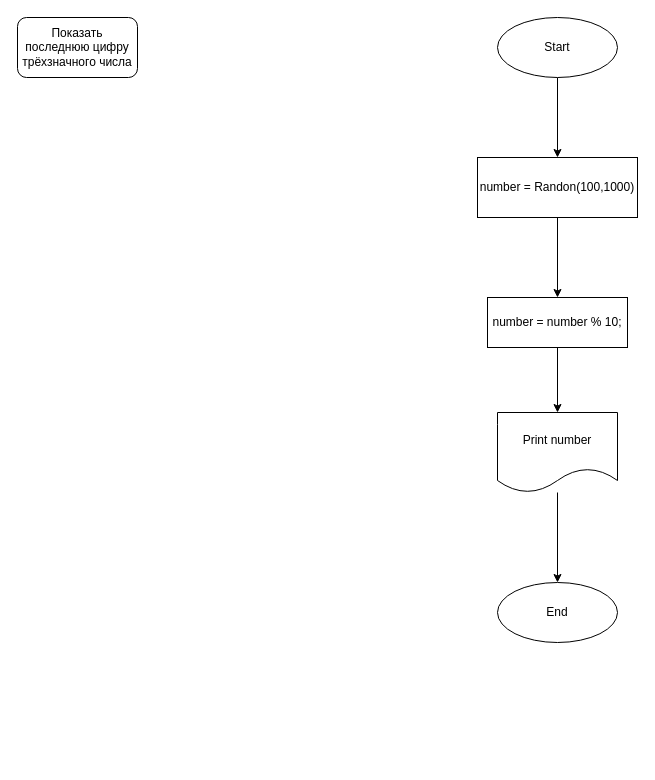
Before: Task9ShowLastNumber/flowchart.drawio in Fostix/LoLTasks, a draw.io diagram. Source tidied: cells renumbered, new cells numbered last; positions are measured from the earlier drawing's top-left corner, leaving out a move shared by most shapes. Both pictures are drawn from the tidied source at 100%, with x=0, y=0 at pixel (17, 17).
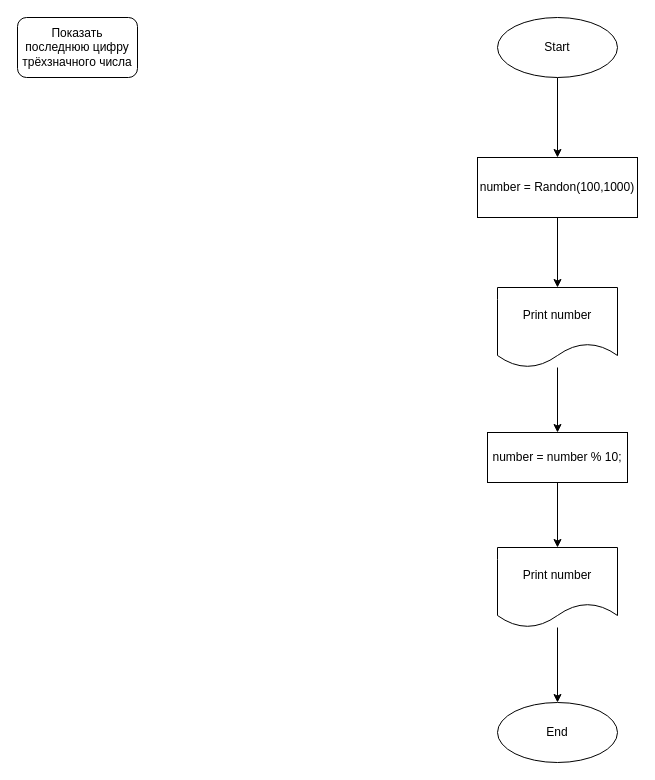
Above is the later version.

Commit message:
forgot commit select in flowchart

The edit, as a diff of the source:
```diff
@@
 <mxGraphModel>
   <root>
     <mxCell id="0" />
     <mxCell id="1" parent="0" />
     <mxCell id="2" value="Показать последнюю цифру трёхзначного числа" style="rounded=1;whiteSpace=wrap;html=1;" parent="1" vertex="1">
       <mxGeometry width="120" height="60" as="geometry" />
     </mxCell>
     <mxCell id="3" style="edgeStyle=none;html=1;" parent="1" edge="1" source="4" target="6">
       <mxGeometry relative="1" as="geometry" />
     </mxCell>
     <mxCell id="4" value="Start" style="ellipse;whiteSpace=wrap;html=1;" parent="1" vertex="1">
       <mxGeometry x="480" width="120" height="60" as="geometry" />
     </mxCell>
-    <mxCell id="5" style="edgeStyle=none;html=1;" parent="1" edge="1" source="6" target="8">
-      <mxGeometry relative="1" as="geometry" />
-    </mxCell>
+    <mxCell id="12" style="edgeStyle=none;html=1;" parent="1" edge="1" source="6" target="14">
+      <mxGeometry relative="1" as="geometry" />
+    </mxCell>
     <mxCell id="6" value="number = Randon(100,1000)" style="whiteSpace=wrap;html=1;" parent="1" vertex="1">
       <mxGeometry x="460" y="140" width="160" height="60" as="geometry" />
     </mxCell>
     <mxCell id="7" style="edgeStyle=none;html=1;" parent="1" edge="1" source="8" target="10">
       <mxGeometry relative="1" as="geometry" />
     </mxCell>
     <mxCell id="8" value="number = number % 10;" style="whiteSpace=wrap;html=1;" parent="1" vertex="1">
-      <mxGeometry x="470" y="280" width="140" height="50" as="geometry" />
+      <mxGeometry x="470" y="415" width="140" height="50" as="geometry" />
     </mxCell>
     <mxCell id="9" style="edgeStyle=none;html=1;" parent="1" edge="1" source="10" target="11">
       <mxGeometry relative="1" as="geometry" />
     </mxCell>
     <mxCell id="10" value="Print number" style="shape=document;whiteSpace=wrap;html=1;boundedLbl=1;" parent="1" vertex="1">
-      <mxGeometry x="480" y="395" width="120" height="80" as="geometry" />
+      <mxGeometry x="480" y="530" width="120" height="80" as="geometry" />
     </mxCell>
     <mxCell id="11" value="End" style="ellipse;whiteSpace=wrap;html=1;" parent="1" vertex="1">
-      <mxGeometry x="480" y="565" width="120" height="60" as="geometry" />
+      <mxGeometry x="480" y="685" width="120" height="60" as="geometry" />
     </mxCell>
+    <mxCell id="13" style="edgeStyle=none;html=1;" parent="1" edge="1" source="14" target="8">
+      <mxGeometry relative="1" as="geometry" />
+    </mxCell>
+    <mxCell id="14" value="Print number" style="shape=document;whiteSpace=wrap;html=1;boundedLbl=1;" parent="1" vertex="1">
+      <mxGeometry x="480" y="270" width="120" height="80" as="geometry" />
+    </mxCell>
   </root>
 </mxGraphModel>
```
